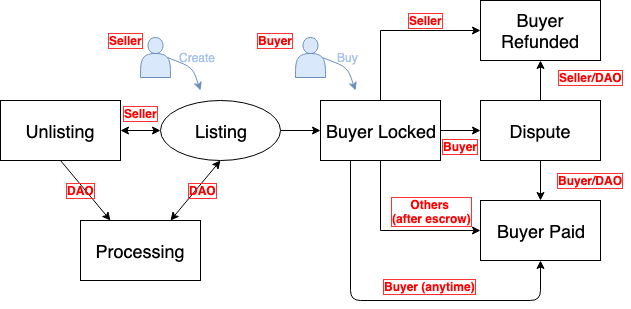
This is docs/MPflowchart.png from CyberMiles/marketplace, a draw.io export, as it was before one commit. Source tidied: cells renumbered, new cells last; positions are measured from the earlier drawing's top-left corner, leaving out a move shared by most shapes.
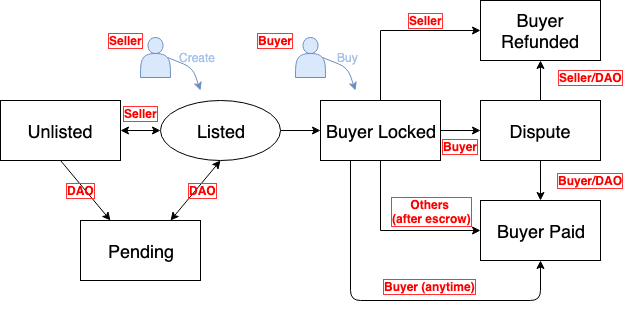
After the change.

Change to the diagram source:
```diff
@@ -5,7 +5,7 @@
     <mxCell id="2" style="edgeStyle=orthogonalEdgeStyle;rounded=0;jettySize=auto;html=1;" parent="1" edge="1" source="3" target="7">
       <mxGeometry relative="1" as="geometry" />
     </mxCell>
-    <mxCell id="3" value="&lt;font style=&quot;font-size: 18px&quot;&gt;Listing&lt;/font&gt;" style="ellipse;whiteSpace=wrap;html=1;" parent="1" vertex="1">
+    <mxCell id="3" value="&lt;font style=&quot;font-size: 18px&quot;&gt;Listed&lt;/font&gt;" style="ellipse;whiteSpace=wrap;html=1;" parent="1" vertex="1">
       <mxGeometry x="160" y="100" width="120" height="60" as="geometry" />
     </mxCell>
     <mxCell id="4" style="edgeStyle=orthogonalEdgeStyle;rounded=0;jettySize=auto;html=1;" parent="1" edge="1" source="7" target="12">
@@ -28,10 +28,10 @@
     <mxCell id="7" value="&lt;font style=&quot;font-size: 18px&quot;&gt;Buyer Locked&lt;/font&gt;" style="rounded=0;whiteSpace=wrap;html=1;" parent="1" vertex="1">
       <mxGeometry x="320" y="100" width="120" height="60" as="geometry" />
     </mxCell>
-    <mxCell id="8" value="&lt;font style=&quot;font-size: 18px&quot;&gt;Unlisting&lt;/font&gt;" style="rounded=0;whiteSpace=wrap;html=1;" parent="1" vertex="1">
+    <mxCell id="8" value="&lt;span style=&quot;font-size: 18px&quot;&gt;Unlisted&lt;/span&gt;" style="rounded=0;whiteSpace=wrap;html=1;" parent="1" vertex="1">
       <mxGeometry y="100" width="120" height="60" as="geometry" />
     </mxCell>
-    <mxCell id="9" value="&lt;font style=&quot;font-size: 18px&quot;&gt;Processing&lt;/font&gt;&lt;span style=&quot;font-family: &amp;#34;helvetica&amp;#34; , &amp;#34;arial&amp;#34; , sans-serif ; font-size: 0px ; white-space: nowrap&quot;&gt;%3CmxGraphModel%3E%3Croot%3E%3CmxCell%20id%3D%220%22%2F%3E%3CmxCell%20id%3D%221%22%20parent%3D%220%22%2F%3E%3CmxCell%20id%3D%222%22%20value%3D%22%26lt%3Bfont%20style%3D%26quot%3Bfont-size%3A%2018px%26quot%3B%26gt%3BBuyer%20Locked%26lt%3B%2Ffont%26gt%3B%22%20style%3D%22rounded%3D0%3BwhiteSpace%3Dwrap%3Bhtml%3D1%3B%22%20vertex%3D%221%22%20parent%3D%221%22%3E%3CmxGeometry%20x%3D%22320%22%20y%3D%22280%22%20width%3D%22120%22%20height%3D%2260%22%20as%3D%22geometry%22%2F%3E%3C%2FmxCell%3E%3C%2Froot%3E%3C%2FmxGraphModel%3E&lt;/span&gt;" style="rounded=0;whiteSpace=wrap;html=1;" parent="1" vertex="1">
+    <mxCell id="9" value="&lt;font style=&quot;font-size: 18px&quot;&gt;Pending&lt;/font&gt;&lt;span style=&quot;font-family: &amp;#34;helvetica&amp;#34; , &amp;#34;arial&amp;#34; , sans-serif ; font-size: 0px ; white-space: nowrap&quot;&gt;%3CmxGraphModel%3E%3Croot%3E%3CmxCell%20id%3D%220%22%2F%3E%3CmxCell%20id%3D%221%22%20parent%3D%220%22%2F%3E%3CmxCell%20id%3D%222%22%20value%3D%22%26lt%3Bfont%20style%3D%26quot%3Bfont-size%3A%2018px%26quot%3B%26gt%3BBuyer%20Locked%26lt%3B%2Ffont%26gt%3B%22%20style%3D%22rounded%3D0%3BwhiteSpace%3Dwrap%3Bhtml%3D1%3B%22%20vertex%3D%221%22%20parent%3D%221%22%3E%3CmxGeometry%20x%3D%22320%22%20y%3D%22280%22%20width%3D%22120%22%20height%3D%2260%22%20as%3D%22geometry%22%2F%3E%3C%2FmxCell%3E%3C%2Froot%3E%3C%2FmxGraphModel%3E&lt;/span&gt;" style="rounded=0;whiteSpace=wrap;html=1;" parent="1" vertex="1">
       <mxGeometry x="80" y="220" width="120" height="60" as="geometry" />
     </mxCell>
     <mxCell id="10" style="edgeStyle=orthogonalEdgeStyle;rounded=0;jettySize=auto;html=1;" parent="1" edge="1" source="12" target="14">
```
